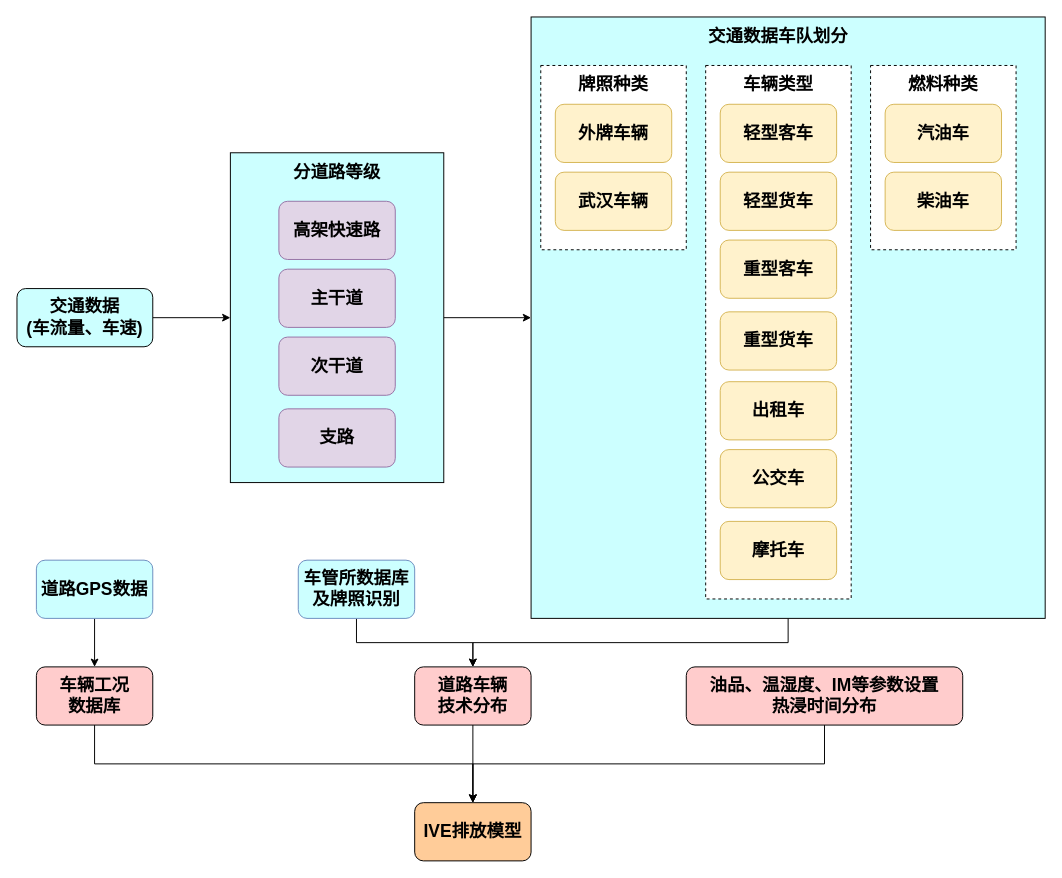
This is IVE数据输入框图.drawio from WienWong/Misc, a draw.io file, before an edit. Source tidied: cells renumbered, new cells numbered last; positions are measured from the earlier drawing's top-left corner, leaving out a move shared by most shapes. Both pictures are drawn from the tidied source at 97%, with x=0, y=0 at pixel (16, 16).
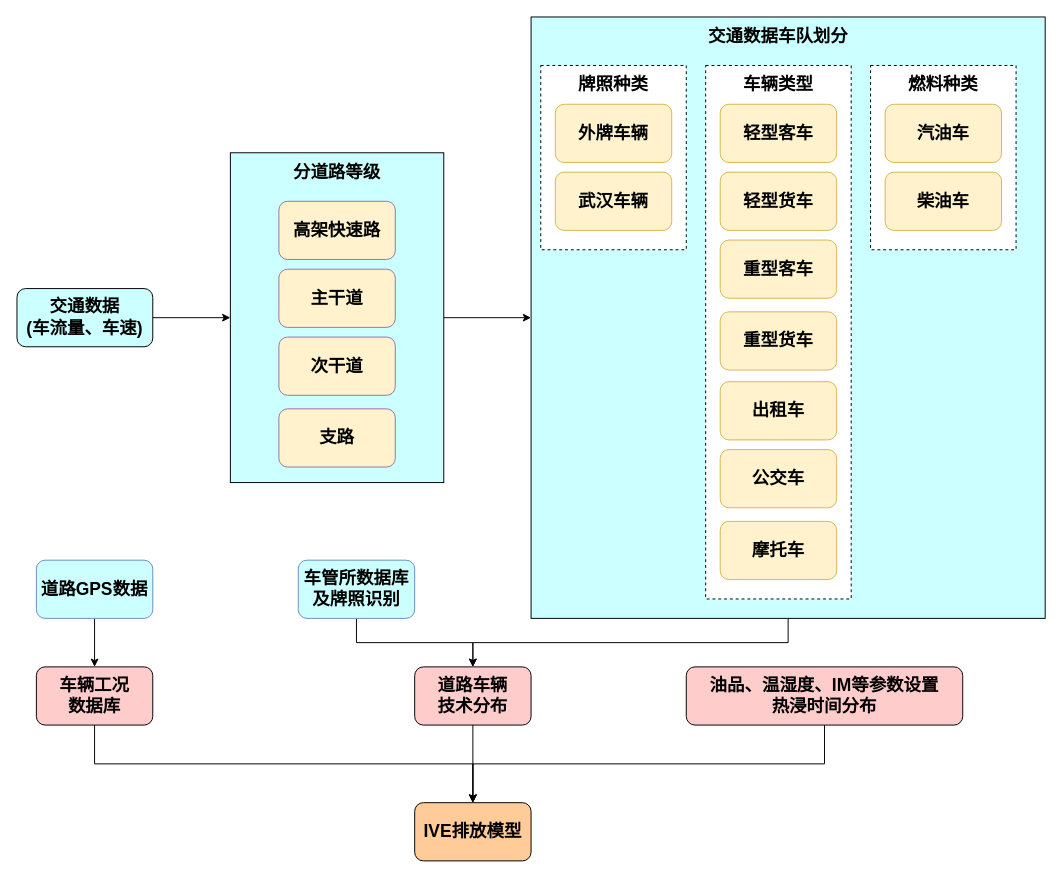
The same page after the edit.

Commit message:
Update IVE数据输入框图.drawio

The edit, as a diff of the source:
```diff
@@
-    <mxCell id="6" value="&lt;font style=&quot;font-size: 18px&quot;&gt;&lt;b&gt;高架快速路&lt;/b&gt;&lt;/font&gt;" style="rounded=1;whiteSpace=wrap;html=1;fillColor=#e1d5e7;strokeColor=#9673a6;" parent="1" vertex="1">
+    <mxCell id="6" value="&lt;font style=&quot;font-size: 18px&quot;&gt;&lt;b&gt;高架快速路&lt;/b&gt;&lt;/font&gt;" style="rounded=1;whiteSpace=wrap;html=1;strokeColor=#9673a6;fillColor=#FFF2CC;" parent="1" vertex="1">
       <mxGeometry x="270" y="190" width="120" height="60" as="geometry" />
     </mxCell>
-    <mxCell id="7" value="&lt;font style=&quot;font-size: 18px&quot;&gt;&lt;b&gt;主干道&lt;/b&gt;&lt;/font&gt;" style="rounded=1;whiteSpace=wrap;html=1;fillColor=#e1d5e7;strokeColor=#9673a6;" parent="1" vertex="1">
+    <mxCell id="7" value="&lt;font style=&quot;font-size: 18px&quot;&gt;&lt;b&gt;主干道&lt;/b&gt;&lt;/font&gt;" style="rounded=1;whiteSpace=wrap;html=1;strokeColor=#9673a6;fillColor=#FFF2CC;" parent="1" vertex="1">
       <mxGeometry x="270" y="260" width="120" height="60" as="geometry" />
     </mxCell>
-    <mxCell id="8" value="&lt;font style=&quot;font-size: 18px&quot;&gt;&lt;b&gt;次干道&lt;/b&gt;&lt;/font&gt;" style="rounded=1;whiteSpace=wrap;html=1;fillColor=#e1d5e7;strokeColor=#9673a6;" parent="1" vertex="1">
+    <mxCell id="8" value="&lt;font style=&quot;font-size: 18px&quot;&gt;&lt;b&gt;次干道&lt;/b&gt;&lt;/font&gt;" style="rounded=1;whiteSpace=wrap;html=1;strokeColor=#9673a6;fillColor=#FFF2CC;" parent="1" vertex="1">
       <mxGeometry x="270" y="330" width="120" height="60" as="geometry" />
     </mxCell>
-    <mxCell id="9" value="&lt;font style=&quot;font-size: 18px&quot;&gt;&lt;b&gt;支路&lt;/b&gt;&lt;/font&gt;" style="rounded=1;whiteSpace=wrap;html=1;fillColor=#e1d5e7;strokeColor=#9673a6;" parent="1" vertex="1">
+    <mxCell id="9" value="&lt;font style=&quot;font-size: 18px&quot;&gt;&lt;b&gt;支路&lt;/b&gt;&lt;/font&gt;" style="rounded=1;whiteSpace=wrap;html=1;strokeColor=#9673a6;fillColor=#FFF2CC;" parent="1" vertex="1">
       <mxGeometry x="270" y="404" width="120" height="60" as="geometry" />
     </mxCell>
```
